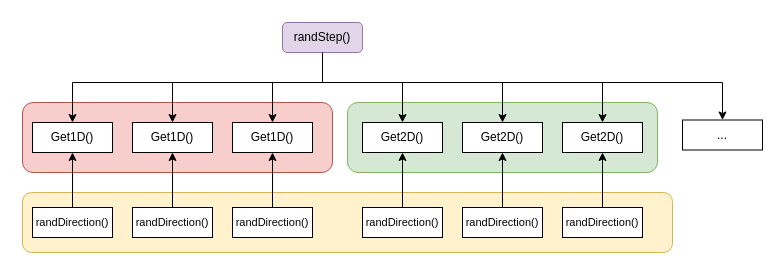
The draw.io diagram 未命名绘图.drawio in yangshuzhan/jekyll-theme-simplex, before the edit. Source tidied: cells renumbered, new cells numbered last; positions are measured from the earlier drawing's top-left corner, leaving out a move shared by most shapes. Both pictures are drawn from the tidied source at 100%, with x=0, y=0 at pixel (22, 22).
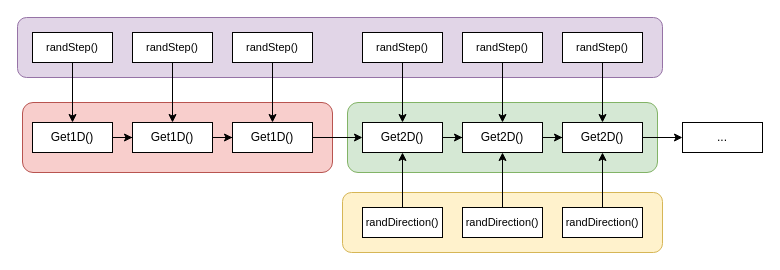
The same diagram, later.

Commit message:
更新未命名绘图.drawio

The change refers to these unchanged cells:
```xml
<mxCell id="12" value="Get2D()" style="whiteSpace=wrap;html=1;" parent="1" vertex="1">
  <mxGeometry x="340" y="100" width="80" height="30" as="geometry" />
</mxCell>
<mxCell id="13" value="Get2D()" style="whiteSpace=wrap;html=1;" parent="1" vertex="1">
  <mxGeometry x="440" y="100" width="80" height="30" as="geometry" />
</mxCell>
<mxCell id="14" value="Get2D()" style="whiteSpace=wrap;html=1;" parent="1" vertex="1">
  <mxGeometry x="540" y="100" width="80" height="30" as="geometry" />
</mxCell>
<mxCell id="16" value="Get1D()" style="whiteSpace=wrap;html=1;" parent="1" vertex="1">
  <mxGeometry x="210" y="100" width="80" height="30" as="geometry" />
</mxCell>
<mxCell id="17" value="Get1D()" style="whiteSpace=wrap;html=1;" parent="1" vertex="1">
  <mxGeometry x="110" y="100" width="80" height="30" as="geometry" />
</mxCell>
<mxCell id="18" value="Get1D()" style="whiteSpace=wrap;html=1;" parent="1" vertex="1">
  <mxGeometry x="10" y="100" width="80" height="30" as="geometry" />
</mxCell>
```

Change to the diagram source:
```diff
@@
+    <mxCell id="32" style="rounded=1;whiteSpace=wrap;html=1;fillColor=#e1d5e7;strokeColor=#9673a6;" parent="1" vertex="1">
+      <mxGeometry x="-5" y="-5" width="645" height="60" as="geometry" />
+    </mxCell>
@@
     <mxCell id="4" style="rounded=1;whiteSpace=wrap;html=1;fillColor=#fff2cc;strokeColor=#d6b656;" parent="1" vertex="1">
-      <mxGeometry y="170" width="650" height="60" as="geometry" />
+      <mxGeometry x="320" y="170" width="320" height="60" as="geometry" />
     </mxCell>
-    <mxCell id="5" style="edgeStyle=orthogonalEdgeStyle;rounded=0;jettySize=auto;html=1;" parent="1" edge="1" source="11" target="12">
-      <mxGeometry relative="1" as="geometry">
-        <Array as="points">
-          <mxPoint x="300" y="60" />
-          <mxPoint x="380" y="60" />
-        </Array>
-      </mxGeometry>
-    </mxCell>
-    <mxCell id="6" style="edgeStyle=orthogonalEdgeStyle;rounded=0;jettySize=auto;html=1;" parent="1" edge="1" source="11" target="15">
-      <mxGeometry relative="1" as="geometry">
-        <Array as="points">
-          <mxPoint x="300" y="60" />
-          <mxPoint x="700" y="60" />
-        </Array>
-      </mxGeometry>
-    </mxCell>
-    <mxCell id="7" style="edgeStyle=orthogonalEdgeStyle;rounded=0;jettySize=auto;html=1;" parent="1" edge="1" source="11" target="16">
-      <mxGeometry relative="1" as="geometry">
-        <Array as="points">
-          <mxPoint x="300" y="60" />
-          <mxPoint x="250" y="60" />
-        </Array>
-      </mxGeometry>
-    </mxCell>
-    <mxCell id="8" style="edgeStyle=orthogonalEdgeStyle;rounded=0;jettySize=auto;html=1;" parent="1" edge="1" source="11" target="17">
-      <mxGeometry relative="1" as="geometry">
-        <Array as="points">
-          <mxPoint x="300" y="60" />
-          <mxPoint x="150" y="60" />
-        </Array>
-      </mxGeometry>
-    </mxCell>
-    <mxCell id="9" style="edgeStyle=orthogonalEdgeStyle;rounded=0;jettySize=auto;html=1;" parent="1" edge="1" source="11" target="18">
-      <mxGeometry relative="1" as="geometry">
-        <Array as="points">
-          <mxPoint x="300" y="60" />
-          <mxPoint x="50" y="60" />
-        </Array>
-      </mxGeometry>
-    </mxCell>
-    <mxCell id="10" style="edgeStyle=orthogonalEdgeStyle;rounded=0;jettySize=auto;html=1;entryX=0.5;entryY=0;entryDx=0;entryDy=0;" parent="1" edge="1" source="11" target="13">
-      <mxGeometry relative="1" as="geometry">
-        <Array as="points">
-          <mxPoint x="300" y="60" />
-          <mxPoint x="480" y="60" />
-        </Array>
-      </mxGeometry>
-    </mxCell>
-    <mxCell id="11" value="randStep()" style="whiteSpace=wrap;html=1;rounded=1;fillColor=#e1d5e7;strokeColor=#9673a6;" parent="1" vertex="1">
-      <mxGeometry x="260" width="80" height="30" as="geometry" />
-    </mxCell>
+    <mxCell id="33" style="edgeStyle=orthogonalEdgeStyle;rounded=0;jettySize=auto;html=1;" parent="1" edge="1" source="12" target="13">
+      <mxGeometry relative="1" as="geometry" />
+    </mxCell>
@@
+    <mxCell id="34" style="edgeStyle=orthogonalEdgeStyle;rounded=0;jettySize=auto;html=1;" parent="1" edge="1" source="13" target="14">
+      <mxGeometry relative="1" as="geometry" />
+    </mxCell>
@@
+    <mxCell id="35" style="edgeStyle=orthogonalEdgeStyle;rounded=0;jettySize=auto;html=1;" parent="1" edge="1" source="14" target="15">
+      <mxGeometry relative="1" as="geometry" />
+    </mxCell>
@@
     <mxCell id="15" value="..." style="whiteSpace=wrap;html=1;" parent="1" vertex="1">
-      <mxGeometry x="660" y="97.5" width="80" height="30" as="geometry" />
+      <mxGeometry x="660" y="100" width="80" height="30" as="geometry" />
     </mxCell>
+    <mxCell id="36" style="edgeStyle=orthogonalEdgeStyle;rounded=0;jettySize=auto;html=1;" parent="1" edge="1" source="16" target="12">
+      <mxGeometry relative="1" as="geometry" />
+    </mxCell>
@@
+    <mxCell id="37" style="edgeStyle=orthogonalEdgeStyle;rounded=0;jettySize=auto;html=1;" parent="1" edge="1" source="17" target="16">
+      <mxGeometry relative="1" as="geometry" />
+    </mxCell>
@@
+    <mxCell id="38" style="edgeStyle=orthogonalEdgeStyle;rounded=0;jettySize=auto;html=1;" parent="1" edge="1" source="18" target="17">
+      <mxGeometry relative="1" as="geometry" />
+    </mxCell>
@@
-    <mxCell id="19" style="edgeStyle=orthogonalEdgeStyle;rounded=0;jettySize=auto;html=1;entryX=0.5;entryY=0;entryDx=0;entryDy=0;" parent="1" edge="1" source="11" target="14">
-      <mxGeometry relative="1" as="geometry">
-        <Array as="points">
-          <mxPoint x="300" y="60" />
-          <mxPoint x="580" y="60" />
-        </Array>
-      </mxGeometry>
-    </mxCell>
@@
-    <mxCell id="26" style="edgeStyle=orthogonalEdgeStyle;rounded=0;jettySize=auto;html=1;entryX=0.5;entryY=1;entryDx=0;entryDy=0;" parent="1" edge="1" source="27" target="17">
-      <mxGeometry relative="1" as="geometry" />
-    </mxCell>
-    <mxCell id="27" value="randDirection()" style="whiteSpace=wrap;html=1;fontSize=11;" parent="1" vertex="1">
-      <mxGeometry x="110" y="185" width="80" height="30" as="geometry" />
-    </mxCell>
-    <mxCell id="28" style="edgeStyle=orthogonalEdgeStyle;rounded=0;jettySize=auto;html=1;entryX=0.5;entryY=1;entryDx=0;entryDy=0;" parent="1" edge="1" source="29" target="18">
-      <mxGeometry relative="1" as="geometry" />
-    </mxCell>
-    <mxCell id="29" value="randDirection()" style="whiteSpace=wrap;html=1;fontSize=11;" parent="1" vertex="1">
-      <mxGeometry x="10" y="185" width="80" height="30" as="geometry" />
-    </mxCell>
-    <mxCell id="30" style="edgeStyle=orthogonalEdgeStyle;rounded=0;jettySize=auto;html=1;entryX=0.5;entryY=1;entryDx=0;entryDy=0;" parent="1" edge="1" source="31" target="16">
-      <mxGeometry relative="1" as="geometry" />
-    </mxCell>
-    <mxCell id="31" value="randDirection()" style="whiteSpace=wrap;html=1;fontSize=11;" parent="1" vertex="1">
-      <mxGeometry x="210" y="185" width="80" height="30" as="geometry" />
-    </mxCell>
+    <mxCell id="39" style="edgeStyle=orthogonalEdgeStyle;rounded=0;jettySize=auto;html=1;" parent="1" edge="1" source="40" target="12">
+      <mxGeometry relative="1" as="geometry" />
+    </mxCell>
+    <mxCell id="40" value="randStep()" style="whiteSpace=wrap;html=1;fontSize=11;" parent="1" vertex="1">
+      <mxGeometry x="340" y="10" width="80" height="30" as="geometry" />
+    </mxCell>
+    <mxCell id="41" style="edgeStyle=orthogonalEdgeStyle;rounded=0;jettySize=auto;html=1;" parent="1" edge="1" source="42" target="13">
+      <mxGeometry relative="1" as="geometry" />
+    </mxCell>
+    <mxCell id="42" value="randStep()" style="whiteSpace=wrap;html=1;fontSize=11;" parent="1" vertex="1">
+      <mxGeometry x="440" y="10" width="80" height="30" as="geometry" />
+    </mxCell>
+    <mxCell id="43" style="edgeStyle=orthogonalEdgeStyle;rounded=0;jettySize=auto;html=1;" parent="1" edge="1" source="44" target="14">
+      <mxGeometry relative="1" as="geometry" />
+    </mxCell>
+    <mxCell id="44" value="randStep()" style="whiteSpace=wrap;html=1;fontSize=11;" parent="1" vertex="1">
+      <mxGeometry x="540" y="10" width="80" height="30" as="geometry" />
+    </mxCell>
+    <mxCell id="45" style="edgeStyle=orthogonalEdgeStyle;rounded=0;jettySize=auto;html=1;" parent="1" edge="1" source="46" target="16">
+      <mxGeometry relative="1" as="geometry" />
+    </mxCell>
+    <mxCell id="46" value="randStep()" style="whiteSpace=wrap;html=1;fontSize=11;" parent="1" vertex="1">
+      <mxGeometry x="210" y="10" width="80" height="30" as="geometry" />
+    </mxCell>
+    <mxCell id="47" style="edgeStyle=orthogonalEdgeStyle;rounded=0;jettySize=auto;html=1;" parent="1" edge="1" source="48" target="17">
+      <mxGeometry relative="1" as="geometry" />
+    </mxCell>
+    <mxCell id="48" value="randStep()" style="whiteSpace=wrap;html=1;fontSize=11;" parent="1" vertex="1">
+      <mxGeometry x="110" y="10" width="80" height="30" as="geometry" />
+    </mxCell>
+    <mxCell id="49" style="edgeStyle=orthogonalEdgeStyle;rounded=0;jettySize=auto;html=1;" parent="1" edge="1" source="50" target="18">
+      <mxGeometry relative="1" as="geometry" />
+    </mxCell>
+    <mxCell id="50" value="randStep()" style="whiteSpace=wrap;html=1;fontSize=11;" parent="1" vertex="1">
+      <mxGeometry x="10" y="10" width="80" height="30" as="geometry" />
+    </mxCell>
```
